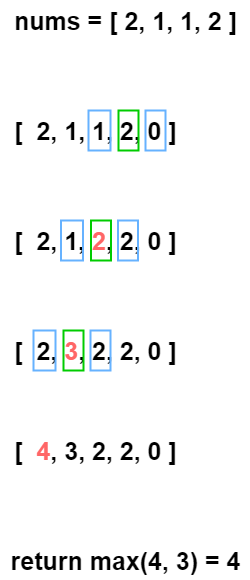
Before: Python3/img/HouseRobber.png, a diagram exported from draw.io (ashiven/leetcode-solutions). Source tidied: cells renumbered, new cells last; positions are measured from the earlier drawing's top-left corner, leaving out a move shared by most shapes.
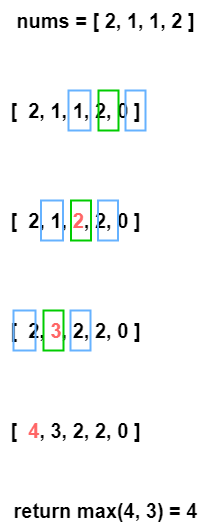
After the commit.

Diff of the diagram source:
```diff
@@ -2,50 +2,50 @@
   <root>
     <mxCell id="0" />
     <mxCell id="1" parent="0" />
-    <mxCell id="2" value="[&amp;nbsp; 2, 1, 1, 2, 0 ]" style="text;html=1;align=center;verticalAlign=middle;strokeColor=none;fillColor=none;fontSize=25;fontStyle=1;" parent="1" vertex="1">
-      <mxGeometry y="110" width="190" height="40" as="geometry" />
+    <mxCell id="2" value="[&amp;nbsp; 2, 1, 1, 2, 0 ]" style="text;html=1;align=center;verticalAlign=middle;strokeColor=none;fillColor=none;fontSize=20;fontStyle=1;" parent="1" vertex="1">
+      <mxGeometry x="20" y="110" width="150" height="40" as="geometry" />
     </mxCell>
-    <mxCell id="3" style="rounded=0;whiteSpace=wrap;html=1;fillColor=none;strokeWidth=2;strokeColor=#66B2FF;" parent="1" vertex="1">
+    <mxCell id="3" style="rounded=0;whiteSpace=wrap;html=1;fillColor=none;strokeWidth=2;strokeColor=#66B2FF;fontSize=20;fontStyle=1;" parent="1" vertex="1">
       <mxGeometry x="88" y="110" width="22" height="40" as="geometry" />
     </mxCell>
-    <mxCell id="4" value="[&amp;nbsp; 2, 1, &lt;font color=&quot;#ff6666&quot;&gt;2&lt;/font&gt;, 2, 0 ]" style="text;html=1;align=center;verticalAlign=middle;strokeColor=none;fillColor=none;fontSize=25;fontStyle=1;" parent="1" vertex="1">
-      <mxGeometry y="220" width="190" height="40" as="geometry" />
+    <mxCell id="4" value="[&amp;nbsp; 2, 1, &lt;font color=&quot;#ff6666&quot; style=&quot;font-size: 20px;&quot;&gt;2&lt;/font&gt;, 2, 0 ]" style="text;html=1;align=center;verticalAlign=middle;strokeColor=none;fillColor=none;fontSize=20;fontStyle=1;" parent="1" vertex="1">
+      <mxGeometry x="20" y="220" width="150" height="40" as="geometry" />
     </mxCell>
-    <mxCell id="5" value="[&amp;nbsp; 2, &lt;font color=&quot;#ff6666&quot;&gt;3&lt;/font&gt;, 2, 2, 0 ]" style="text;html=1;align=center;verticalAlign=middle;strokeColor=none;fillColor=none;fontSize=25;fontStyle=1;" parent="1" vertex="1">
-      <mxGeometry y="330" width="190" height="40" as="geometry" />
+    <mxCell id="5" value="[&amp;nbsp; 2, &lt;font color=&quot;#ff6666&quot; style=&quot;font-size: 20px;&quot;&gt;3&lt;/font&gt;, 2, 2, 0 ]" style="text;html=1;align=center;verticalAlign=middle;strokeColor=none;fillColor=none;fontSize=20;fontStyle=1;" parent="1" vertex="1">
+      <mxGeometry x="20" y="330" width="150" height="40" as="geometry" />
     </mxCell>
-    <mxCell id="6" value="[&amp;nbsp; &lt;font color=&quot;#ff6666&quot;&gt;4&lt;/font&gt;, 3, 2, 2, 0 ]" style="text;html=1;align=center;verticalAlign=middle;strokeColor=none;fillColor=none;fontSize=25;fontStyle=1;" parent="1" vertex="1">
-      <mxGeometry y="430" width="190" height="40" as="geometry" />
+    <mxCell id="6" value="[&amp;nbsp; &lt;font color=&quot;#ff6666&quot; style=&quot;font-size: 20px;&quot;&gt;4&lt;/font&gt;, 3, 2, 2, 0 ]" style="text;html=1;align=center;verticalAlign=middle;strokeColor=none;fillColor=none;fontSize=20;fontStyle=1;" parent="1" vertex="1">
+      <mxGeometry x="20" y="430" width="150" height="40" as="geometry" />
     </mxCell>
-    <mxCell id="7" style="rounded=0;whiteSpace=wrap;html=1;fillColor=none;strokeWidth=2;strokeColor=#66B2FF;" parent="1" vertex="1">
+    <mxCell id="7" style="rounded=0;whiteSpace=wrap;html=1;fillColor=none;strokeWidth=2;strokeColor=#66B2FF;fontSize=20;fontStyle=1;" parent="1" vertex="1">
       <mxGeometry x="145" y="110" width="20" height="40" as="geometry" />
     </mxCell>
-    <mxCell id="8" style="rounded=0;whiteSpace=wrap;html=1;fillColor=none;strokeWidth=2;strokeColor=#00CC00;" parent="1" vertex="1">
+    <mxCell id="8" style="rounded=0;whiteSpace=wrap;html=1;fillColor=none;strokeWidth=2;strokeColor=#00CC00;fontSize=20;fontStyle=1;" parent="1" vertex="1">
       <mxGeometry x="118" y="110" width="20" height="40" as="geometry" />
     </mxCell>
-    <mxCell id="9" style="rounded=0;whiteSpace=wrap;html=1;fillColor=none;strokeWidth=2;strokeColor=#66B2FF;" parent="1" vertex="1">
+    <mxCell id="9" style="rounded=0;whiteSpace=wrap;html=1;fillColor=none;strokeWidth=2;strokeColor=#66B2FF;fontSize=20;fontStyle=1;" parent="1" vertex="1">
       <mxGeometry x="33" y="330" width="22" height="40" as="geometry" />
     </mxCell>
-    <mxCell id="10" style="rounded=0;whiteSpace=wrap;html=1;fillColor=none;strokeWidth=2;strokeColor=#66B2FF;" parent="1" vertex="1">
+    <mxCell id="10" style="rounded=0;whiteSpace=wrap;html=1;fillColor=none;strokeWidth=2;strokeColor=#66B2FF;fontSize=20;fontStyle=1;" parent="1" vertex="1">
       <mxGeometry x="90" y="330" width="20" height="40" as="geometry" />
     </mxCell>
-    <mxCell id="11" style="rounded=0;whiteSpace=wrap;html=1;fillColor=none;strokeWidth=2;strokeColor=#00CC00;" parent="1" vertex="1">
+    <mxCell id="11" style="rounded=0;whiteSpace=wrap;html=1;fillColor=none;strokeWidth=2;strokeColor=#00CC00;fontSize=20;fontStyle=1;" parent="1" vertex="1">
       <mxGeometry x="63" y="330" width="20" height="40" as="geometry" />
     </mxCell>
-    <mxCell id="12" style="rounded=0;whiteSpace=wrap;html=1;fillColor=none;strokeWidth=2;strokeColor=#66B2FF;" parent="1" vertex="1">
+    <mxCell id="12" style="rounded=0;whiteSpace=wrap;html=1;fillColor=none;strokeWidth=2;strokeColor=#66B2FF;fontSize=20;fontStyle=1;" parent="1" vertex="1">
       <mxGeometry x="60.5" y="220" width="22" height="40" as="geometry" />
     </mxCell>
-    <mxCell id="13" style="rounded=0;whiteSpace=wrap;html=1;fillColor=none;strokeWidth=2;strokeColor=#66B2FF;" parent="1" vertex="1">
+    <mxCell id="13" style="rounded=0;whiteSpace=wrap;html=1;fillColor=none;strokeWidth=2;strokeColor=#66B2FF;fontSize=20;fontStyle=1;" parent="1" vertex="1">
       <mxGeometry x="117.5" y="220" width="20" height="40" as="geometry" />
     </mxCell>
-    <mxCell id="14" style="rounded=0;whiteSpace=wrap;html=1;fillColor=none;strokeWidth=2;strokeColor=#00CC00;" parent="1" vertex="1">
+    <mxCell id="14" style="rounded=0;whiteSpace=wrap;html=1;fillColor=none;strokeWidth=2;strokeColor=#00CC00;fontSize=20;fontStyle=1;" parent="1" vertex="1">
       <mxGeometry x="90.5" y="220" width="20" height="40" as="geometry" />
     </mxCell>
-    <mxCell id="15" value="return max(4, 3) = 4" style="text;html=1;align=center;verticalAlign=middle;strokeColor=none;fillColor=none;fontSize=25;fontStyle=1;" parent="1" vertex="1">
-      <mxGeometry y="540" width="250" height="40" as="geometry" />
+    <mxCell id="15" value="return max(4, 3) = 4" style="text;html=1;align=center;verticalAlign=middle;strokeColor=none;fillColor=none;fontSize=20;fontStyle=1;" parent="1" vertex="1">
+      <mxGeometry x="20" y="510" width="210" height="40" as="geometry" />
     </mxCell>
-    <mxCell id="16" value="nums = [ 2, 1, 1, 2 ]" style="text;html=1;align=center;verticalAlign=middle;strokeColor=none;fillColor=none;fontSize=25;fontStyle=1;" parent="1" vertex="1">
-      <mxGeometry width="250" height="40" as="geometry" />
+    <mxCell id="16" value="nums = [ 2, 1, 1, 2 ]" style="text;html=1;align=center;verticalAlign=middle;strokeColor=none;fillColor=none;fontSize=20;fontStyle=1;" parent="1" vertex="1">
+      <mxGeometry x="25" y="20" width="200" height="40" as="geometry" />
     </mxCell>
   </root>
 </mxGraphModel>
```
